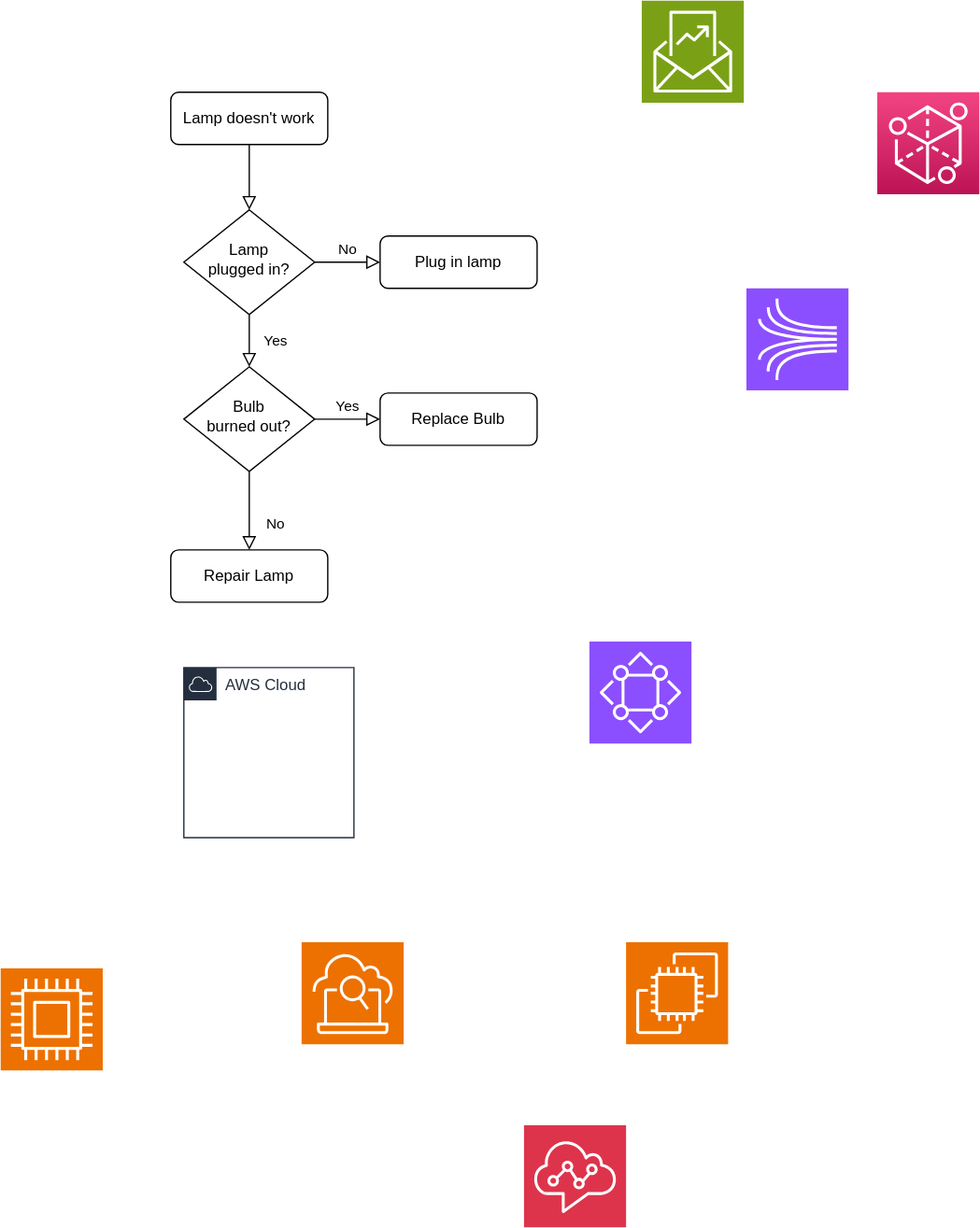
Above: teste3.drawio.svg in kaikeira/sql-nosql (draw.io), before the change. Source tidied: cells renumbered, new cells last; positions are measured from the earlier drawing's top-left corner, leaving out a move shared by most shapes. Its diagram source:
```xml
<mxGraphModel>
  <root>
    <mxCell id="0" />
    <mxCell id="1" parent="0" />
    <mxCell id="2" style="rounded=0;html=1;jettySize=auto;fontSize=11;endArrow=block;endFill=0;endSize=8;strokeWidth=1;shadow=0;labelBackgroundColor=none;edgeStyle=orthogonalEdgeStyle;" parent="1" edge="1" source="3" target="6">
      <mxGeometry relative="1" as="geometry" />
    </mxCell>
    <mxCell id="3" value="Lamp doesn't work" style="rounded=1;whiteSpace=wrap;html=1;fontSize=12;glass=0;strokeWidth=1;shadow=0;" parent="1" vertex="1">
      <mxGeometry x="130" y="70" width="120" height="40" as="geometry" />
    </mxCell>
    <mxCell id="4" value="Yes" style="rounded=0;html=1;jettySize=auto;fontSize=11;endArrow=block;endFill=0;endSize=8;strokeWidth=1;shadow=0;labelBackgroundColor=none;edgeStyle=orthogonalEdgeStyle;" parent="1" edge="1" source="6" target="10">
      <mxGeometry y="20" relative="1" as="geometry" />
    </mxCell>
    <mxCell id="5" value="No" style="edgeStyle=orthogonalEdgeStyle;rounded=0;html=1;jettySize=auto;fontSize=11;endArrow=block;endFill=0;endSize=8;strokeWidth=1;shadow=0;labelBackgroundColor=none;" parent="1" edge="1" source="6" target="7">
      <mxGeometry y="10" relative="1" as="geometry" />
    </mxCell>
    <mxCell id="6" value="Lamp&lt;br&gt;plugged in?" style="rhombus;whiteSpace=wrap;html=1;shadow=0;fontFamily=Helvetica;fontSize=12;align=center;strokeWidth=1;spacing=6;spacingTop=-4;" parent="1" vertex="1">
      <mxGeometry x="140" y="160" width="100" height="80" as="geometry" />
    </mxCell>
    <mxCell id="7" value="Plug in lamp" style="rounded=1;whiteSpace=wrap;html=1;fontSize=12;glass=0;strokeWidth=1;shadow=0;" parent="1" vertex="1">
      <mxGeometry x="290" y="180" width="120" height="40" as="geometry" />
    </mxCell>
    <mxCell id="8" value="No" style="rounded=0;html=1;jettySize=auto;fontSize=11;endArrow=block;endFill=0;endSize=8;strokeWidth=1;shadow=0;labelBackgroundColor=none;edgeStyle=orthogonalEdgeStyle;" parent="1" edge="1" source="10" target="11">
      <mxGeometry x="0.33" y="20" relative="1" as="geometry" />
    </mxCell>
    <mxCell id="9" value="Yes" style="edgeStyle=orthogonalEdgeStyle;rounded=0;html=1;jettySize=auto;fontSize=11;endArrow=block;endFill=0;endSize=8;strokeWidth=1;shadow=0;labelBackgroundColor=none;" parent="1" edge="1" source="10" target="12">
      <mxGeometry y="10" relative="1" as="geometry" />
    </mxCell>
    <mxCell id="10" value="Bulb&lt;br&gt;burned out?" style="rhombus;whiteSpace=wrap;html=1;shadow=0;fontFamily=Helvetica;fontSize=12;align=center;strokeWidth=1;spacing=6;spacingTop=-4;" parent="1" vertex="1">
      <mxGeometry x="140" y="280" width="100" height="80" as="geometry" />
    </mxCell>
    <mxCell id="11" value="Repair Lamp" style="rounded=1;whiteSpace=wrap;html=1;fontSize=12;glass=0;strokeWidth=1;shadow=0;" parent="1" vertex="1">
      <mxGeometry x="130" y="420" width="120" height="40" as="geometry" />
    </mxCell>
    <mxCell id="12" value="Replace Bulb" style="rounded=1;whiteSpace=wrap;html=1;fontSize=12;glass=0;strokeWidth=1;shadow=0;" parent="1" vertex="1">
      <mxGeometry x="290" y="300" width="120" height="40" as="geometry" />
    </mxCell>
    <mxCell id="13" value="AWS Cloud" style="gradientColor=none;html=1;whiteSpace=wrap;fontSize=12;fontStyle=0;shape=mxgraph.aws4.group;grIcon=mxgraph.aws4.group_aws_cloud;strokeColor=#232F3E;fillColor=none;verticalAlign=top;align=left;spacingLeft=30;fontColor=#232F3E;dashed=0;" parent="1" vertex="1">
      <mxGeometry x="140" y="510" width="130" height="130" as="geometry" />
    </mxCell>
    <mxCell id="14" style="sketch=0;fontColor=#232F3E;fillColor=#8C4FFF;strokeColor=#ffffff;dashed=0;verticalLabelPosition=bottom;verticalAlign=top;align=center;html=1;fontSize=12;fontStyle=0;shape=mxgraph.aws4.resourceIcon;resIcon=mxgraph.aws4.datazone;" parent="1" vertex="1">
      <mxGeometry x="450" y="490" width="78" height="78" as="geometry" />
    </mxCell>
    <mxCell id="15" style="sketch=0;fontColor=#232F3E;fillColor=#8C4FFF;strokeColor=#ffffff;dashed=0;verticalLabelPosition=bottom;verticalAlign=top;align=center;html=1;fontSize=12;fontStyle=0;shape=mxgraph.aws4.resourceIcon;resIcon=mxgraph.aws4.kinesis;" parent="1" vertex="1">
      <mxGeometry x="570" y="220" width="78" height="78" as="geometry" />
    </mxCell>
    <mxCell id="16" style="sketch=0;fontColor=#232F3E;gradientColor=#F34482;gradientDirection=north;fillColor=#BC1356;strokeColor=#ffffff;dashed=0;verticalLabelPosition=bottom;verticalAlign=top;align=center;html=1;fontSize=12;fontStyle=0;shape=mxgraph.aws4.resourceIcon;resIcon=mxgraph.aws4.sumerian;" parent="1" vertex="1">
      <mxGeometry x="670" y="70" width="78" height="78" as="geometry" />
    </mxCell>
    <mxCell id="17" style="sketch=0;fontColor=#232F3E;fillColor=#7AA116;strokeColor=#ffffff;dashed=0;verticalLabelPosition=bottom;verticalAlign=top;align=center;html=1;fontSize=12;fontStyle=0;shape=mxgraph.aws4.resourceIcon;resIcon=mxgraph.aws4.budgets_2;" parent="1" vertex="1">
      <mxGeometry x="490" width="78" height="78" as="geometry" />
    </mxCell>
    <mxCell id="18" style="sketch=0;fontColor=#232F3E;fillColor=#DD344C;strokeColor=#ffffff;dashed=0;verticalLabelPosition=bottom;verticalAlign=top;align=center;html=1;fontSize=12;fontStyle=0;shape=mxgraph.aws4.resourceIcon;resIcon=mxgraph.aws4.connect;" parent="1" vertex="1">
      <mxGeometry x="400" y="860" width="78" height="78" as="geometry" />
    </mxCell>
    <mxCell id="19" style="sketch=0;fontColor=#232F3E;fillColor=#ED7100;strokeColor=#ffffff;dashed=0;verticalLabelPosition=bottom;verticalAlign=top;align=center;html=1;fontSize=12;fontStyle=0;shape=mxgraph.aws4.resourceIcon;resIcon=mxgraph.aws4.lightsail_for_research;" parent="1" vertex="1">
      <mxGeometry x="230" y="720" width="78" height="78" as="geometry" />
    </mxCell>
    <mxCell id="20" style="sketch=0;fontColor=#232F3E;fillColor=#ED7100;strokeColor=#ffffff;dashed=0;verticalLabelPosition=bottom;verticalAlign=top;align=center;html=1;fontSize=12;fontStyle=0;shape=mxgraph.aws4.resourceIcon;resIcon=mxgraph.aws4.ec2;" parent="1" vertex="1">
      <mxGeometry x="478" y="720" width="78" height="78" as="geometry" />
    </mxCell>
    <mxCell id="21" style="sketch=0;fontColor=#232F3E;fillColor=#ED7100;strokeColor=#ffffff;dashed=0;verticalLabelPosition=bottom;verticalAlign=top;align=center;html=1;fontSize=12;fontStyle=0;shape=mxgraph.aws4.resourceIcon;resIcon=mxgraph.aws4.compute;" parent="1" vertex="1">
      <mxGeometry y="740" width="78" height="78" as="geometry" />
    </mxCell>
  </root>
</mxGraphModel>
```
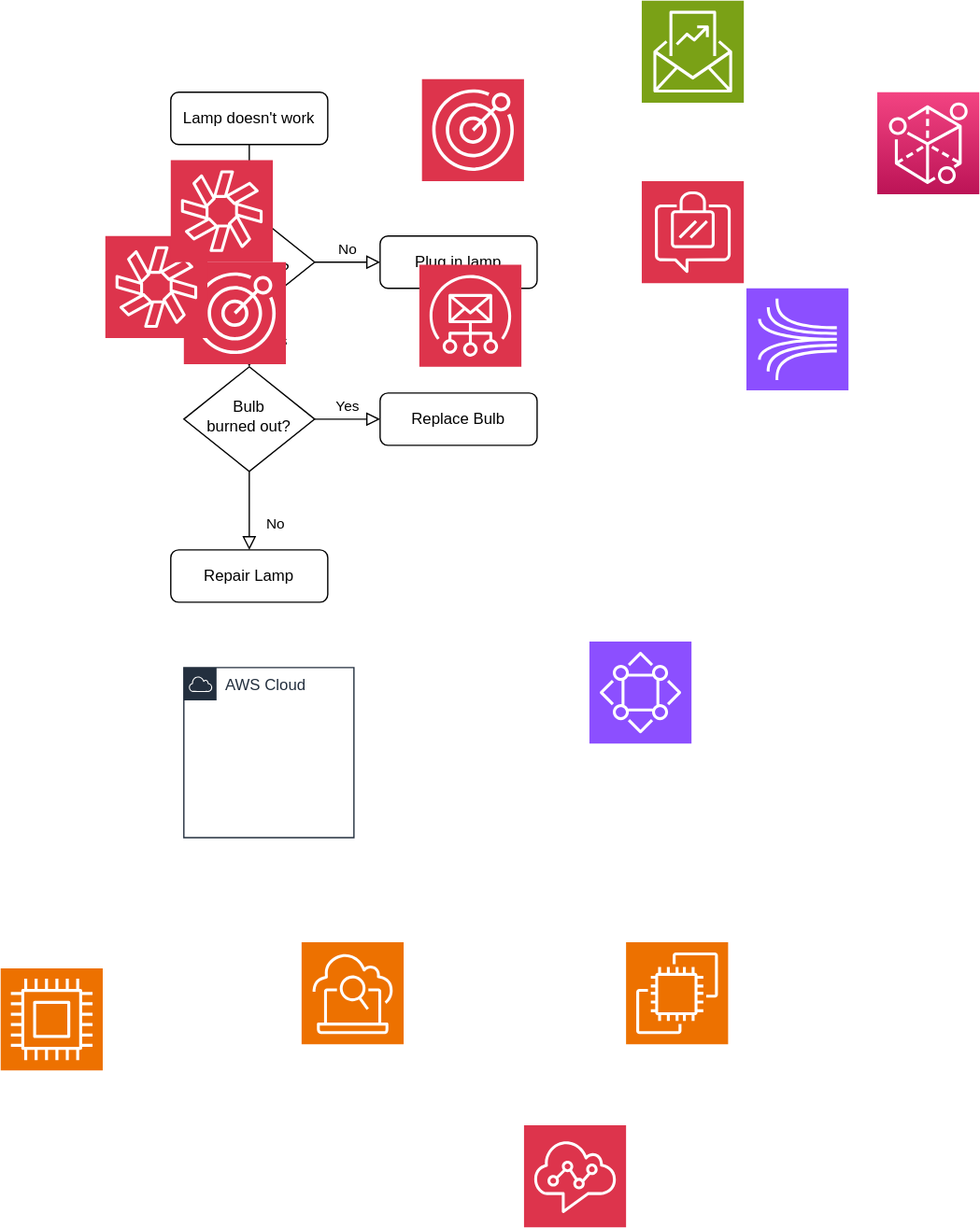
The same diagram one commit later.

What changed in the source:
```diff
@@ -62,5 +62,23 @@
     <mxCell id="21" style="sketch=0;fontColor=#232F3E;fillColor=#ED7100;strokeColor=#ffffff;dashed=0;verticalLabelPosition=bottom;verticalAlign=top;align=center;html=1;fontSize=12;fontStyle=0;shape=mxgraph.aws4.resourceIcon;resIcon=mxgraph.aws4.compute;" parent="1" vertex="1">
       <mxGeometry y="740" width="78" height="78" as="geometry" />
     </mxCell>
+    <mxCell id="22" style="sketch=0;fontColor=#232F3E;fillColor=#DD344C;strokeColor=#ffffff;dashed=0;verticalLabelPosition=bottom;verticalAlign=top;align=center;html=1;fontSize=12;fontStyle=0;shape=mxgraph.aws4.resourceIcon;resIcon=mxgraph.aws4.pinpoint;" parent="1" vertex="1">
+      <mxGeometry x="322" y="60" width="78" height="78" as="geometry" />
+    </mxCell>
+    <mxCell id="23" style="sketch=0;fontColor=#232F3E;fillColor=#DD344C;strokeColor=#ffffff;dashed=0;verticalLabelPosition=bottom;verticalAlign=top;align=center;html=1;fontSize=12;fontStyle=0;shape=mxgraph.aws4.resourceIcon;resIcon=mxgraph.aws4.wickr;" parent="1" vertex="1">
+      <mxGeometry x="490" y="138" width="78" height="78" as="geometry" />
+    </mxCell>
+    <mxCell id="24" style="sketch=0;fontColor=#232F3E;fillColor=#DD344C;strokeColor=#ffffff;dashed=0;verticalLabelPosition=bottom;verticalAlign=top;align=center;html=1;fontSize=12;fontStyle=0;shape=mxgraph.aws4.resourceIcon;resIcon=mxgraph.aws4.simple_email_service;" parent="1" vertex="1">
+      <mxGeometry x="320" y="202" width="78" height="78" as="geometry" />
+    </mxCell>
+    <mxCell id="25" style="sketch=0;fontColor=#232F3E;fillColor=#DD344C;strokeColor=#ffffff;dashed=0;verticalLabelPosition=bottom;verticalAlign=top;align=center;html=1;fontSize=12;fontStyle=0;shape=mxgraph.aws4.resourceIcon;resIcon=mxgraph.aws4.pinpoint;" parent="1" vertex="1">
+      <mxGeometry x="140" y="200" width="78" height="78" as="geometry" />
+    </mxCell>
+    <mxCell id="26" style="sketch=0;fontColor=#232F3E;fillColor=#DD344C;strokeColor=#ffffff;dashed=0;verticalLabelPosition=bottom;verticalAlign=top;align=center;html=1;fontSize=12;fontStyle=0;shape=mxgraph.aws4.resourceIcon;resIcon=mxgraph.aws4.chime;" parent="1" vertex="1">
+      <mxGeometry x="80" y="180" width="78" height="78" as="geometry" />
+    </mxCell>
+    <mxCell id="27" style="sketch=0;fontColor=#232F3E;fillColor=#DD344C;strokeColor=#ffffff;dashed=0;verticalLabelPosition=bottom;verticalAlign=top;align=center;html=1;fontSize=12;fontStyle=0;shape=mxgraph.aws4.resourceIcon;resIcon=mxgraph.aws4.chime;" parent="1" vertex="1">
+      <mxGeometry x="130" y="122" width="78" height="78" as="geometry" />
+    </mxCell>
   </root>
 </mxGraphModel>
```
